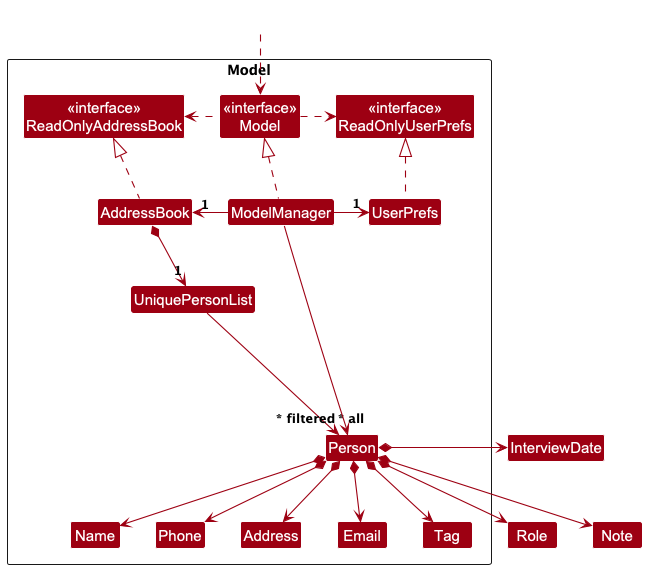
Above: docs/images/ModelClassDiagram.png in AY2425S2-CS2103T-F13-3/tp (PlantUML), before the change.
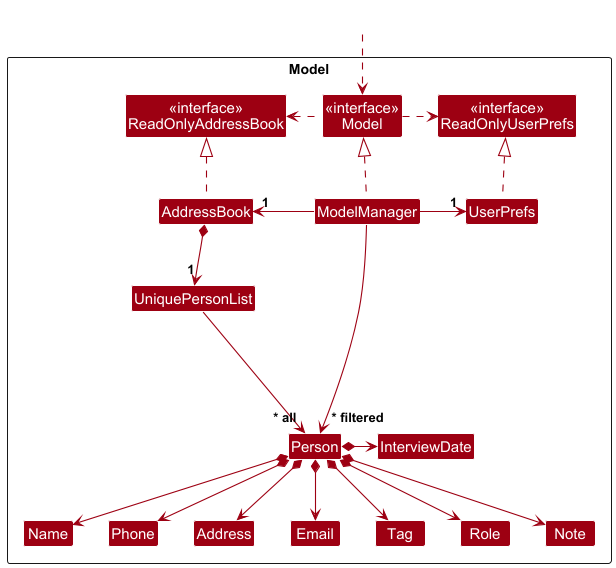
After the change.

Commit message:
Update Model Class Diagram

Change to the diagram source:
```diff
@@ -19,6 +19,10 @@
 Class Name
 Class Phone
 Class Tag
+
+Class InterviewDate
+Class Role
+Class Note
 
 Class I #FFFFFF
 }
```
